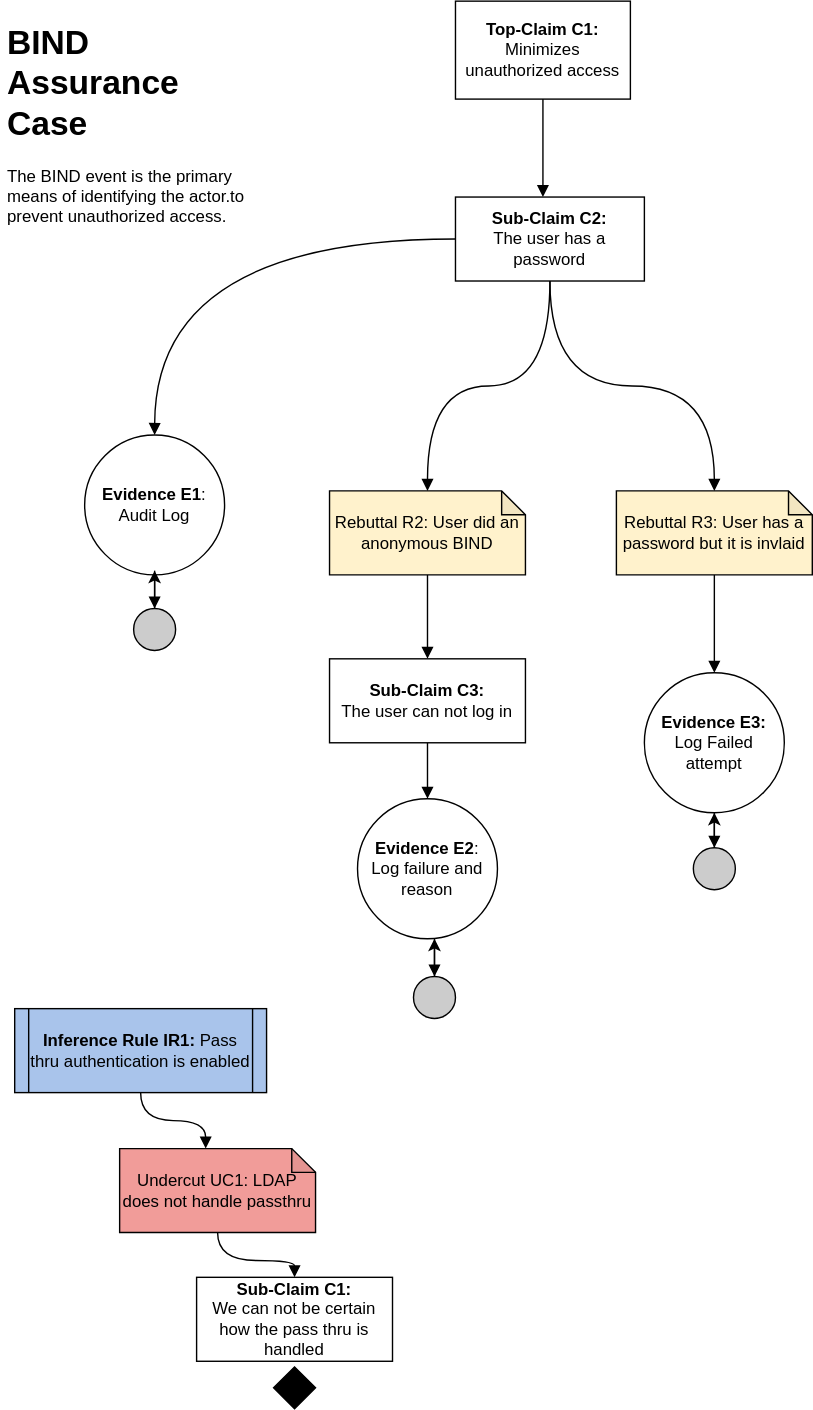
Before: images/BIND Assurance Case.svg, a diagram exported from draw.io (bartelsjoshuac/SAPG). Source tidied: cells renumbered, new cells last; positions are measured from the earlier drawing's top-left corner, leaving out a move shared by most shapes.
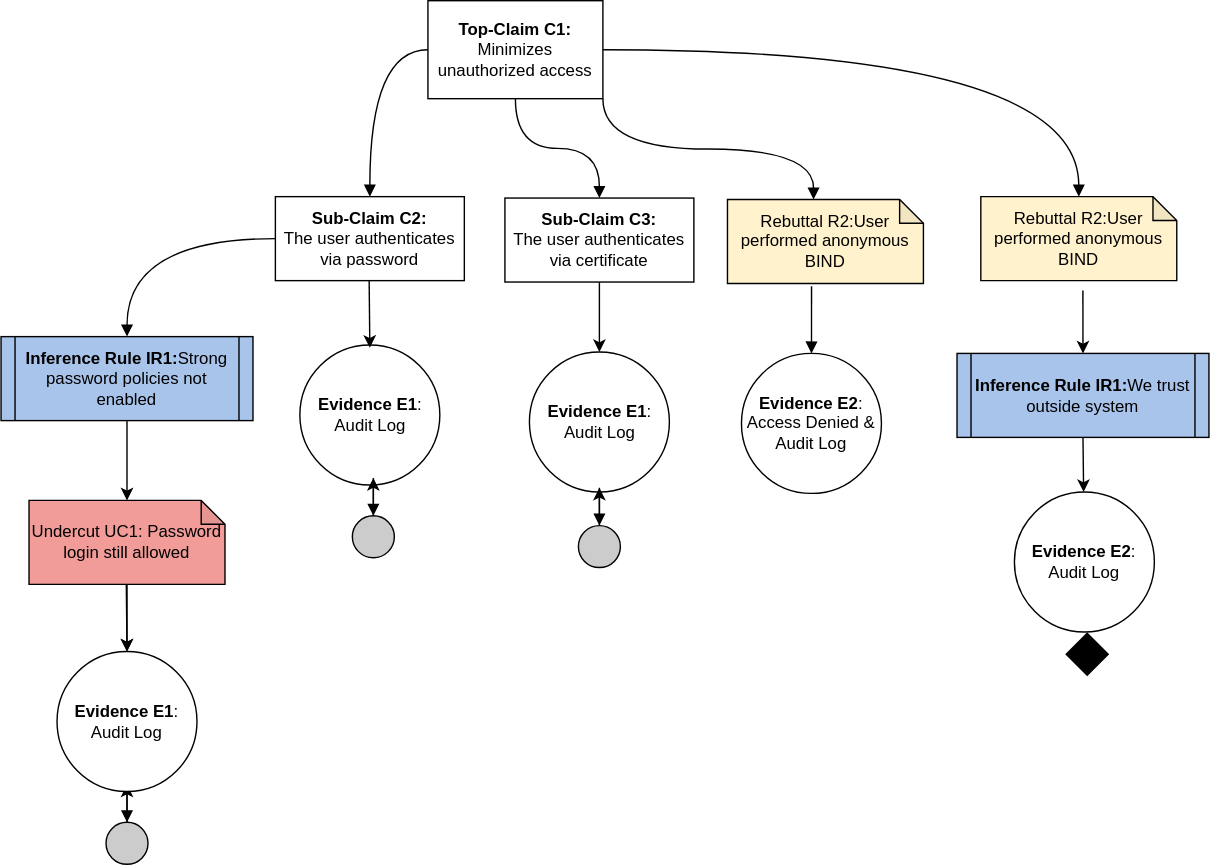
Above is the later version.

The edit, as a diff of the source:
```diff
@@ -2,110 +2,130 @@
   <root>
     <mxCell id="0" />
     <mxCell id="1" parent="0" />
-    <mxCell id="2" value="&lt;h1&gt;BIND Assurance Case&lt;/h1&gt;&lt;p&gt;The BIND event is the primary means of identifying the actor.to prevent unauthorized access.&lt;/p&gt;" style="text;html=1;strokeColor=none;fillColor=none;spacing=5;spacingTop=-20;whiteSpace=wrap;overflow=hidden;rounded=0;" parent="1" vertex="1">
-      <mxGeometry y="10" width="190" height="270" as="geometry" />
-    </mxCell>
-    <mxCell id="3" style="edgeStyle=orthogonalEdgeStyle;rounded=0;jettySize=auto;html=1;endArrow=block;endFill=1;curved=1;" parent="1" edge="1" source="4">
-      <mxGeometry relative="1" as="geometry">
-        <mxPoint x="387.5" y="140" as="targetPoint" />
-      </mxGeometry>
+    <mxCell id="3" style="edgeStyle=orthogonalEdgeStyle;rounded=0;jettySize=auto;html=1;endArrow=block;endFill=1;curved=1;entryX=0.5;entryY=0;entryDx=0;entryDy=0;exitX=0;exitY=0.5;exitDx=0;exitDy=0;" parent="1" edge="1" source="4" target="7">
+      <mxGeometry relative="1" as="geometry" />
     </mxCell>
     <mxCell id="4" value="&lt;b&gt;Top-Claim C1:&lt;br&gt;&lt;/b&gt;Minimizes unauthorized access" style="rounded=0;whiteSpace=wrap;html=1;" parent="1" vertex="1">
       <mxGeometry x="325" width="125" height="70" as="geometry" />
     </mxCell>
-    <mxCell id="5" style="edgeStyle=orthogonalEdgeStyle;curved=1;rounded=0;jettySize=auto;html=1;exitX=0.5;exitY=1;exitDx=0;exitDy=0;entryX=0.5;entryY=0;entryDx=0;entryDy=0;entryPerimeter=0;endArrow=block;endFill=1;" parent="1" edge="1" source="7" target="9">
-      <mxGeometry relative="1" as="geometry" />
-    </mxCell>
-    <mxCell id="6" style="edgeStyle=orthogonalEdgeStyle;curved=1;rounded=0;jettySize=auto;html=1;exitX=0.5;exitY=1;exitDx=0;exitDy=0;entryX=0.5;entryY=0;entryDx=0;entryDy=0;entryPerimeter=0;endArrow=block;endFill=1;" parent="1" edge="1" source="7" target="11">
-      <mxGeometry relative="1" as="geometry" />
-    </mxCell>
-    <mxCell id="7" value="&lt;b&gt;Sub-Claim C2:&lt;br&gt;&lt;/b&gt;The user has a password" style="rounded=0;whiteSpace=wrap;html=1;" parent="1" vertex="1">
-      <mxGeometry x="325" y="140" width="135" height="60" as="geometry" />
+    <mxCell id="7" value="&lt;b&gt;Sub-Claim C2:&lt;br&gt;&lt;/b&gt;The user authenticates via password" style="rounded=0;whiteSpace=wrap;html=1;" parent="1" vertex="1">
+      <mxGeometry x="216" y="140" width="135" height="60" as="geometry" />
     </mxCell>
-    <mxCell id="8" style="edgeStyle=orthogonalEdgeStyle;curved=1;rounded=0;jettySize=auto;html=1;exitX=0.5;exitY=1;exitDx=0;exitDy=0;exitPerimeter=0;entryX=0.5;entryY=0;entryDx=0;entryDy=0;endArrow=block;endFill=1;" parent="1" edge="1" source="9" target="13">
-      <mxGeometry relative="1" as="geometry" />
-    </mxCell>
-    <mxCell id="9" value="Rebuttal R2: User did an anonymous BIND" style="shape=note;whiteSpace=wrap;html=1;backgroundOutline=1;darkOpacity=0.05;size=17;fillColor=#FFF2CC;" parent="1" vertex="1">
-      <mxGeometry x="235" y="350" width="140" height="60" as="geometry" />
+    <mxCell id="9" value="Rebuttal R2:User performed anonymous BIND" style="shape=note;whiteSpace=wrap;html=1;backgroundOutline=1;darkOpacity=0.05;size=17;fillColor=#FFF2CC;" parent="1" vertex="1">
+      <mxGeometry x="539" y="142" width="140" height="60" as="geometry" />
     </mxCell>
-    <mxCell id="10" style="edgeStyle=orthogonalEdgeStyle;curved=1;rounded=0;jettySize=auto;html=1;endArrow=block;endFill=1;entryX=0.5;entryY=0;entryDx=0;entryDy=0;" parent="1" edge="1" source="11" target="18">
-      <mxGeometry relative="1" as="geometry" />
-    </mxCell>
-    <mxCell id="11" value="Rebuttal R3: User has a password but it is invlaid" style="shape=note;whiteSpace=wrap;html=1;backgroundOutline=1;darkOpacity=0.05;size=17;fillColor=#FFF2CC;" parent="1" vertex="1">
-      <mxGeometry x="440" y="350" width="140" height="60" as="geometry" />
-    </mxCell>
-    <mxCell id="12" style="edgeStyle=orthogonalEdgeStyle;curved=1;rounded=0;jettySize=auto;html=1;exitX=0.5;exitY=1;exitDx=0;exitDy=0;entryX=0.5;entryY=0;entryDx=0;entryDy=0;endArrow=block;endFill=1;" parent="1" edge="1" source="13" target="15">
+    <mxCell id="12" style="edgeStyle=orthogonalEdgeStyle;curved=1;rounded=0;jettySize=auto;html=1;exitX=0.429;exitY=1.033;exitDx=0;exitDy=0;entryX=0.5;entryY=0;entryDx=0;entryDy=0;endArrow=block;endFill=1;exitPerimeter=0;" parent="1" edge="1" source="9" target="15">
       <mxGeometry relative="1" as="geometry" />
     </mxCell>
-    <mxCell id="13" value="&lt;b&gt;Sub-Claim C3:&lt;br&gt;&lt;/b&gt;The user can not log in" style="rounded=0;whiteSpace=wrap;html=1;" parent="1" vertex="1">
-      <mxGeometry x="235" y="470" width="140" height="60" as="geometry" />
-    </mxCell>
     <mxCell id="14" style="edgeStyle=orthogonalEdgeStyle;curved=1;rounded=0;jettySize=auto;html=1;entryX=0.5;entryY=0;entryDx=0;entryDy=0;endArrow=block;endFill=1;exitX=0.5;exitY=1;exitDx=0;exitDy=0;" parent="1" edge="1" target="17">
       <mxGeometry relative="1" as="geometry">
-        <mxPoint x="310" y="670" as="sourcePoint" />
+        <mxPoint x="110" y="560" as="sourcePoint" />
       </mxGeometry>
     </mxCell>
-    <mxCell id="15" value="&lt;b&gt;Evidence E2&lt;/b&gt;:&lt;br&gt;Log failure and reason" style="ellipse;whiteSpace=wrap;html=1;fillColor=#ffffff;rounded=0;" parent="1" vertex="1">
-      <mxGeometry x="255" y="570" width="100" height="100" as="geometry" />
+    <mxCell id="15" value="&lt;b&gt;Evidence E2&lt;/b&gt;:&lt;br&gt;Access Denied &amp;amp; Audit Log" style="ellipse;whiteSpace=wrap;html=1;fillColor=#ffffff;rounded=0;" parent="1" vertex="1">
+      <mxGeometry x="549" y="252" width="100" height="100" as="geometry" />
     </mxCell>
     <mxCell id="16" style="edgeStyle=orthogonalEdgeStyle;rounded=0;jettySize=auto;html=1;" parent="1" edge="1" source="17">
       <mxGeometry relative="1" as="geometry">
-        <mxPoint x="310" y="670" as="targetPoint" />
+        <mxPoint x="110" y="560" as="targetPoint" />
       </mxGeometry>
     </mxCell>
     <mxCell id="17" style="ellipse;whiteSpace=wrap;html=1;fillColor=#CCCCCC;" parent="1" vertex="1">
-      <mxGeometry x="295" y="697" width="30" height="30" as="geometry" />
+      <mxGeometry x="95" y="587" width="30" height="30" as="geometry" />
     </mxCell>
-    <mxCell id="18" value="&lt;b&gt;Evidence E3:&lt;/b&gt;&lt;br&gt;Log Failed attempt" style="ellipse;whiteSpace=wrap;html=1;fillColor=#ffffff;rounded=0;" parent="1" vertex="1">
-      <mxGeometry x="460" y="480" width="100" height="100" as="geometry" />
-    </mxCell>
+    <mxCell id="20" value="&lt;b&gt;Inference Rule IR1:&lt;/b&gt;Strong password policies not enabled" style="shape=process;whiteSpace=wrap;html=1;backgroundOutline=1;fillColor=#A9C4EB;size=0.05555555555555555;" parent="1" vertex="1">
+      <mxGeometry x="20" y="240" width="180" height="60" as="geometry" />
+    </mxCell>
+    <mxCell id="33" style="edgeStyle=orthogonalEdgeStyle;rounded=0;jettySize=auto;html=1;" parent="1" edge="1" source="22" target="26">
+      <mxGeometry relative="1" as="geometry" />
+    </mxCell>
+    <mxCell id="22" value="Undercut UC1: Password login still allowed" style="shape=note;whiteSpace=wrap;html=1;backgroundOutline=1;darkOpacity=0.05;size=17;fillColor=#F19C99;" parent="1" vertex="1">
+      <mxGeometry x="40" y="357" width="140" height="60" as="geometry" />
+    </mxCell>
+    <mxCell id="25" style="edgeStyle=orthogonalEdgeStyle;curved=1;rounded=0;jettySize=auto;html=1;exitX=0;exitY=0.5;exitDx=0;exitDy=0;endArrow=block;endFill=1;entryX=0.5;entryY=0;entryDx=0;entryDy=0;" parent="1" edge="1" source="7" target="20">
+      <mxGeometry relative="1" as="geometry" />
+    </mxCell>
+    <mxCell id="24" style="rhombus;whiteSpace=wrap;html=1;fillColor=#000000;" parent="1" vertex="1">
+      <mxGeometry x="781" y="452" width="30" height="30" as="geometry" />
+    </mxCell>
+    <mxCell id="26" value="&lt;b&gt;Evidence E1&lt;/b&gt;:&lt;br&gt;Audit Log" style="ellipse;whiteSpace=wrap;html=1;fillColor=#ffffff;rounded=0;" parent="1" vertex="1">
+      <mxGeometry x="60" y="465" width="100" height="100" as="geometry" />
+    </mxCell>
+    <mxCell id="34" value="&lt;b style=&quot;border-color: var(--border-color);&quot;&gt;Sub-Claim C3:&lt;br style=&quot;border-color: var(--border-color);&quot;&gt;&lt;/b&gt;The user authenticates via certificate" style="rounded=0;whiteSpace=wrap;html=1;" parent="1" vertex="1">
+      <mxGeometry x="380" y="141" width="135" height="60" as="geometry" />
+    </mxCell>
+    <mxCell id="35" value="&lt;b&gt;Evidence E1&lt;/b&gt;:&lt;br&gt;Audit Log" style="ellipse;whiteSpace=wrap;html=1;fillColor=#ffffff;rounded=0;" parent="1" vertex="1">
+      <mxGeometry x="233.5" y="246" width="100" height="100" as="geometry" />
+    </mxCell>
+    <mxCell id="36" style="edgeStyle=orthogonalEdgeStyle;curved=1;rounded=0;jettySize=auto;html=1;entryX=0.5;entryY=0;entryDx=0;entryDy=0;endArrow=block;endFill=1;exitX=0.5;exitY=1;exitDx=0;exitDy=0;" parent="1" edge="1" target="38">
+      <mxGeometry relative="1" as="geometry">
+        <mxPoint x="286" y="341" as="sourcePoint" />
+      </mxGeometry>
+    </mxCell>
+    <mxCell id="37" style="edgeStyle=orthogonalEdgeStyle;rounded=0;jettySize=auto;html=1;" parent="1" edge="1" source="38">
+      <mxGeometry relative="1" as="geometry">
+        <mxPoint x="286" y="341" as="targetPoint" />
+      </mxGeometry>
+    </mxCell>
+    <mxCell id="38" style="ellipse;whiteSpace=wrap;html=1;fillColor=#CCCCCC;" parent="1" vertex="1">
+      <mxGeometry x="271" y="368" width="30" height="30" as="geometry" />
+    </mxCell>
+    <mxCell id="39" value="&lt;b&gt;Evidence E1&lt;/b&gt;:&lt;br&gt;Audit Log" style="ellipse;whiteSpace=wrap;html=1;fillColor=#ffffff;rounded=0;" parent="1" vertex="1">
+      <mxGeometry x="397.5" y="251" width="100" height="100" as="geometry" />
+    </mxCell>
+    <mxCell id="40" style="edgeStyle=orthogonalEdgeStyle;curved=1;rounded=0;jettySize=auto;html=1;entryX=0.5;entryY=0;entryDx=0;entryDy=0;endArrow=block;endFill=1;exitX=0.5;exitY=1;exitDx=0;exitDy=0;" parent="1" edge="1" target="42">
+      <mxGeometry relative="1" as="geometry">
+        <mxPoint x="447.5" y="348" as="sourcePoint" />
+      </mxGeometry>
+    </mxCell>
+    <mxCell id="41" style="edgeStyle=orthogonalEdgeStyle;rounded=0;jettySize=auto;html=1;" parent="1" edge="1" source="42">
+      <mxGeometry relative="1" as="geometry">
+        <mxPoint x="447.5" y="348" as="targetPoint" />
+      </mxGeometry>
+    </mxCell>
+    <mxCell id="42" style="ellipse;whiteSpace=wrap;html=1;fillColor=#CCCCCC;" parent="1" vertex="1">
+      <mxGeometry x="432.5" y="375" width="30" height="30" as="geometry" />
+    </mxCell>
+    <mxCell id="43" style="edgeStyle=orthogonalEdgeStyle;rounded=0;jettySize=auto;html=1;endArrow=block;endFill=1;curved=1;entryX=0;entryY=0;entryDx=61.5;entryDy=0;exitX=1;exitY=1;exitDx=0;exitDy=0;entryPerimeter=0;" parent="1" edge="1" source="4" target="9">
+      <mxGeometry relative="1" as="geometry" />
+    </mxCell>
+    <mxCell id="44" style="edgeStyle=orthogonalEdgeStyle;rounded=0;jettySize=auto;html=1;endArrow=block;endFill=1;curved=1;entryX=0.5;entryY=0;entryDx=0;entryDy=0;exitX=0.5;exitY=1;exitDx=0;exitDy=0;" parent="1" edge="1" source="4" target="34">
+      <mxGeometry relative="1" as="geometry" />
+    </mxCell>
-    <mxCell id="19" style="edgeStyle=orthogonalEdgeStyle;curved=1;rounded=0;jettySize=auto;html=1;entryX=0;entryY=0;entryDx=61.5;entryDy=0;entryPerimeter=0;endArrow=block;endFill=1;" parent="1" edge="1" source="20" target="22">
+    <mxCell id="19" style="endArrow=classic;html=1;rounded=0;exitX=0.5;exitY=1;exitDx=0;exitDy=0;" parent="1" edge="1" source="20" target="22">
       <mxGeometry relative="1" as="geometry" />
     </mxCell>
-    <mxCell id="20" value="&lt;b&gt;Inference Rule IR1:&lt;/b&gt; Pass thru authentication is enabled" style="shape=process;whiteSpace=wrap;html=1;backgroundOutline=1;fillColor=#A9C4EB;size=0.05555555555555555;" parent="1" vertex="1">
-      <mxGeometry x="10" y="720" width="180" height="60" as="geometry" />
-    </mxCell>
-    <mxCell id="21" style="edgeStyle=orthogonalEdgeStyle;curved=1;rounded=0;jettySize=auto;html=1;endArrow=block;endFill=1;" parent="1" edge="1" source="22" target="23">
-      <mxGeometry relative="1" as="geometry" />
-    </mxCell>
-    <mxCell id="22" value="Undercut UC1: LDAP does not handle passthru" style="shape=note;whiteSpace=wrap;html=1;backgroundOutline=1;darkOpacity=0.05;size=17;fillColor=#F19C99;" parent="1" vertex="1">
-      <mxGeometry x="85" y="820" width="140" height="60" as="geometry" />
-    </mxCell>
-    <mxCell id="23" value="&lt;b&gt;Sub-Claim C1:&lt;br&gt;&lt;/b&gt;We can not be certain how the pass thru is handled" style="rounded=0;whiteSpace=wrap;html=1;" parent="1" vertex="1">
-      <mxGeometry x="140" y="912" width="140" height="60" as="geometry" />
-    </mxCell>
-    <mxCell id="24" style="rhombus;whiteSpace=wrap;html=1;fillColor=#000000;" parent="1" vertex="1">
-      <mxGeometry x="195" y="976" width="30" height="30" as="geometry" />
-    </mxCell>
-    <mxCell id="25" style="edgeStyle=orthogonalEdgeStyle;curved=1;rounded=0;jettySize=auto;html=1;exitX=0;exitY=0.5;exitDx=0;exitDy=0;endArrow=block;endFill=1;" parent="1" edge="1" source="7">
-      <mxGeometry relative="1" as="geometry">
-        <mxPoint x="110" y="310" as="targetPoint" />
-      </mxGeometry>
-    </mxCell>
-    <mxCell id="26" value="&lt;b&gt;Evidence E1&lt;/b&gt;:&lt;br&gt;Audit Log" style="ellipse;whiteSpace=wrap;html=1;fillColor=#ffffff;rounded=0;" parent="1" vertex="1">
-      <mxGeometry x="60" y="310" width="100" height="100" as="geometry" />
-    </mxCell>
-    <mxCell id="27" style="edgeStyle=orthogonalEdgeStyle;rounded=0;jettySize=auto;html=1;" parent="1" edge="1" source="28" target="18">
-      <mxGeometry relative="1" as="geometry" />
-    </mxCell>
-    <mxCell id="28" style="ellipse;whiteSpace=wrap;html=1;fillColor=#CCCCCC;" parent="1" vertex="1">
-      <mxGeometry x="495" y="605" width="30" height="30" as="geometry" />
-    </mxCell>
-    <mxCell id="29" style="edgeStyle=orthogonalEdgeStyle;curved=1;rounded=0;jettySize=auto;html=1;entryX=0.5;entryY=0;entryDx=0;entryDy=0;endArrow=block;endFill=1;" parent="1" edge="1" source="18" target="28">
-      <mxGeometry relative="1" as="geometry" />
-    </mxCell>
-    <mxCell id="30" style="edgeStyle=orthogonalEdgeStyle;curved=1;rounded=0;jettySize=auto;html=1;entryX=0.5;entryY=0;entryDx=0;entryDy=0;endArrow=block;endFill=1;exitX=0.5;exitY=1;exitDx=0;exitDy=0;" parent="1" edge="1" target="32">
-      <mxGeometry relative="1" as="geometry">
-        <mxPoint x="110" y="407" as="sourcePoint" />
-      </mxGeometry>
-    </mxCell>
-    <mxCell id="31" style="edgeStyle=orthogonalEdgeStyle;rounded=0;jettySize=auto;html=1;" parent="1" edge="1" source="32">
-      <mxGeometry relative="1" as="geometry">
-        <mxPoint x="110" y="407" as="targetPoint" />
-      </mxGeometry>
-    </mxCell>
-    <mxCell id="32" style="ellipse;whiteSpace=wrap;html=1;fillColor=#CCCCCC;" parent="1" vertex="1">
-      <mxGeometry x="95" y="434" width="30" height="30" as="geometry" />
-    </mxCell>
+    <mxCell id="45" style="endArrow=classic;html=1;rounded=0;exitX=0.5;exitY=1;exitDx=0;exitDy=0;entryX=0.5;entryY=0;entryDx=0;entryDy=0;" parent="1" edge="1" target="26">
+      <mxGeometry relative="1" as="geometry">
+        <mxPoint x="109.5" y="417" as="sourcePoint" />
+      </mxGeometry>
+    </mxCell>
+    <mxCell id="46" style="endArrow=classic;html=1;rounded=0;exitX=0.5;exitY=1;exitDx=0;exitDy=0;entryX=0.5;entryY=0;entryDx=0;entryDy=0;" parent="1" edge="1">
+      <mxGeometry relative="1" as="geometry">
+        <mxPoint x="283" y="200" as="sourcePoint" />
+        <mxPoint x="283.5" y="248" as="targetPoint" />
+      </mxGeometry>
+    </mxCell>
+    <mxCell id="47" style="endArrow=classic;html=1;rounded=0;exitX=0.5;exitY=1;exitDx=0;exitDy=0;" parent="1" edge="1" source="34" target="39">
+      <mxGeometry relative="1" as="geometry" />
+    </mxCell>
+    <mxCell id="48" value="Rebuttal R2:User performed anonymous BIND" style="shape=note;whiteSpace=wrap;html=1;backgroundOutline=1;darkOpacity=0.05;size=17;fillColor=#FFF2CC;" parent="1" vertex="1">
+      <mxGeometry x="720" y="140" width="140" height="60" as="geometry" />
+    </mxCell>
+    <mxCell id="49" style="edgeStyle=orthogonalEdgeStyle;rounded=0;jettySize=auto;html=1;endArrow=block;endFill=1;curved=1;entryX=0.5;entryY=0;entryDx=0;entryDy=0;entryPerimeter=0;" parent="1" edge="1" source="4" target="48">
+      <mxGeometry relative="1" as="geometry" />
+    </mxCell>
+    <mxCell id="50" value="&lt;b&gt;Evidence E2&lt;/b&gt;:&lt;br&gt;Audit Log" style="ellipse;whiteSpace=wrap;html=1;fillColor=#ffffff;rounded=0;" parent="1" vertex="1">
+      <mxGeometry x="744" y="351" width="100" height="100" as="geometry" />
+    </mxCell>
+    <mxCell id="51" value="&lt;b&gt;Inference Rule IR1:&lt;/b&gt;We trust outside system" style="shape=process;whiteSpace=wrap;html=1;backgroundOutline=1;fillColor=#A9C4EB;size=0.05555555555555555;" parent="1" vertex="1">
+      <mxGeometry x="703" y="252" width="180" height="60" as="geometry" />
+    </mxCell>
+    <mxCell id="52" style="endArrow=classic;html=1;rounded=0;exitX=0.5;exitY=1;exitDx=0;exitDy=0;" parent="1" edge="1" source="51" target="50">
+      <mxGeometry relative="1" as="geometry" />
+    </mxCell>
+    <mxCell id="53" style="endArrow=classic;html=1;rounded=0;exitX=0.521;exitY=1.117;exitDx=0;exitDy=0;exitPerimeter=0;entryX=0.5;entryY=0;entryDx=0;entryDy=0;" parent="1" edge="1" source="48" target="51">
+      <mxGeometry relative="1" as="geometry" />
+    </mxCell>
   </root>
 </mxGraphModel>
```
